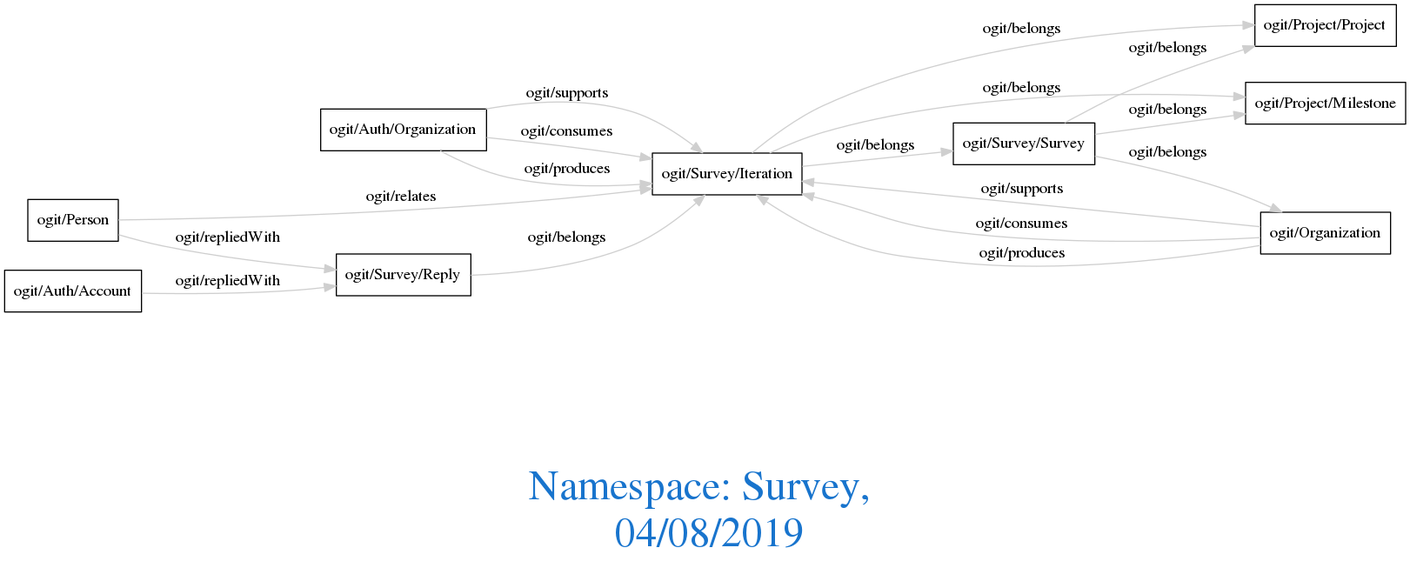
Before: downloads/Survey.png, a diagram exported from Graphviz (arago/OGIT). Its source is kept beside it as downloads/Survey.dot. Its diagram source:
```dot
digraph OGIT_ontology {
 graph [ rankdir= LR,compound=true
fontsize = 36,
fontcolor= dodgerblue3,label = "\n\n\nNamespace: Survey, \n 04/08/2019"];
node[shape=polygon];
edge [  color="gray81"];

   "ogit/Auth/Organization" -> "ogit/Survey/Iteration" [label="   ogit/supports    "];
   "ogit/Organization" -> "ogit/Survey/Iteration" [label="   ogit/supports    "];
   "ogit/Auth/Organization" -> "ogit/Survey/Iteration" [label="   ogit/consumes    "];
   "ogit/Organization" -> "ogit/Survey/Iteration" [label="   ogit/consumes    "];
   "ogit/Auth/Organization" -> "ogit/Survey/Iteration" [label="   ogit/produces    "];
   "ogit/Organization" -> "ogit/Survey/Iteration" [label="   ogit/produces    "];
   "ogit/Survey/Iteration" -> "ogit/Project/Milestone" [label="   ogit/belongs    "];
   "ogit/Survey/Iteration" -> "ogit/Project/Project" [label="   ogit/belongs    "];
   "ogit/Survey/Iteration" -> "ogit/Survey/Survey" [label="   ogit/belongs    "];
   "ogit/Survey/Reply" -> "ogit/Survey/Iteration" [label="   ogit/belongs    "];
   "ogit/Survey/Survey" -> "ogit/Organization" [label="   ogit/belongs    "];
   "ogit/Survey/Survey" -> "ogit/Project/Milestone" [label="   ogit/belongs    "];
   "ogit/Survey/Survey" -> "ogit/Project/Project" [label="   ogit/belongs    "];
   "ogit/Auth/Account" -> "ogit/Survey/Reply" [label="   ogit/repliedWith    "];
   "ogit/Person" -> "ogit/Survey/Reply" [label="   ogit/repliedWith    "];
   "ogit/Person" -> "ogit/Survey/Iteration" [label="   ogit/relates    "];
}
```
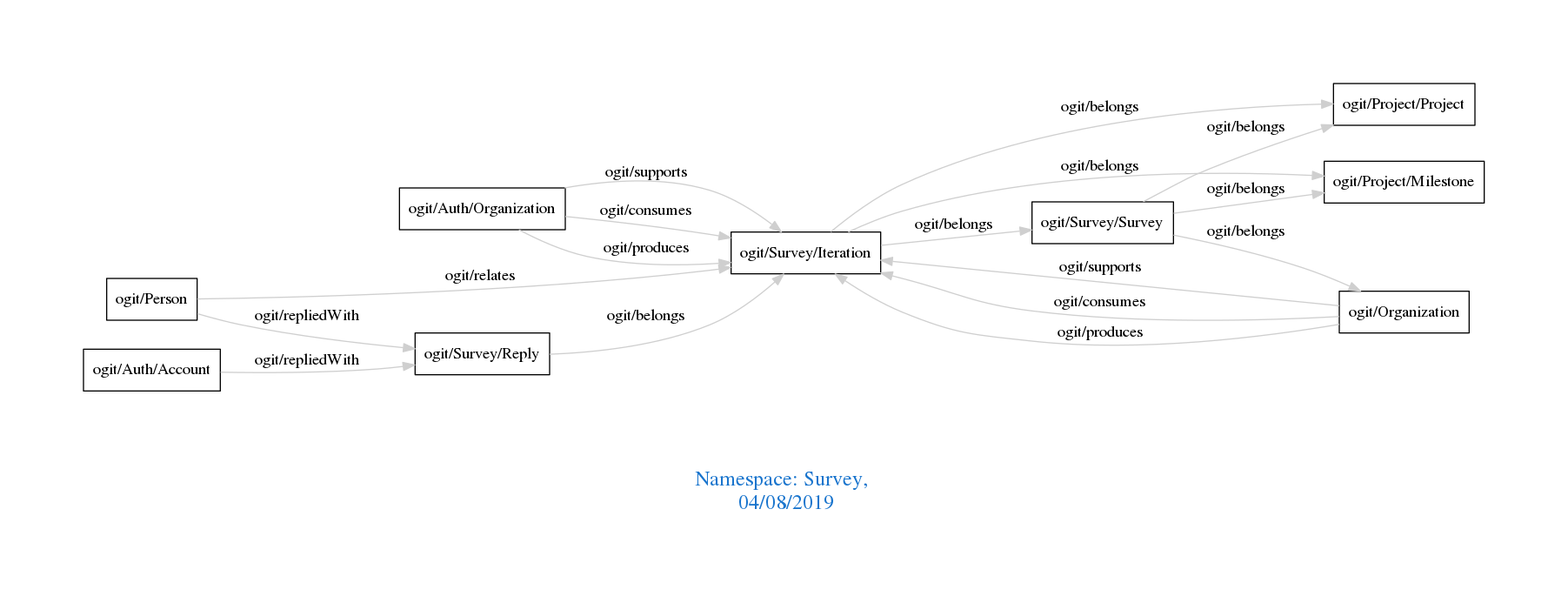
Later version of the same file.

Change to the diagram source:
```diff
@@ -1,6 +1,6 @@
 digraph OGIT_ontology {
- graph [ rankdir= LR,compound=true
-fontsize = 36,
+ graph [ rankdir= LR,pad=1
+fontsize = 18,
 fontcolor= dodgerblue3,label = "\n\n\nNamespace: Survey, \n 04/08/2019"];
 node[shape=polygon];
 edge [  color="gray81"];
```
